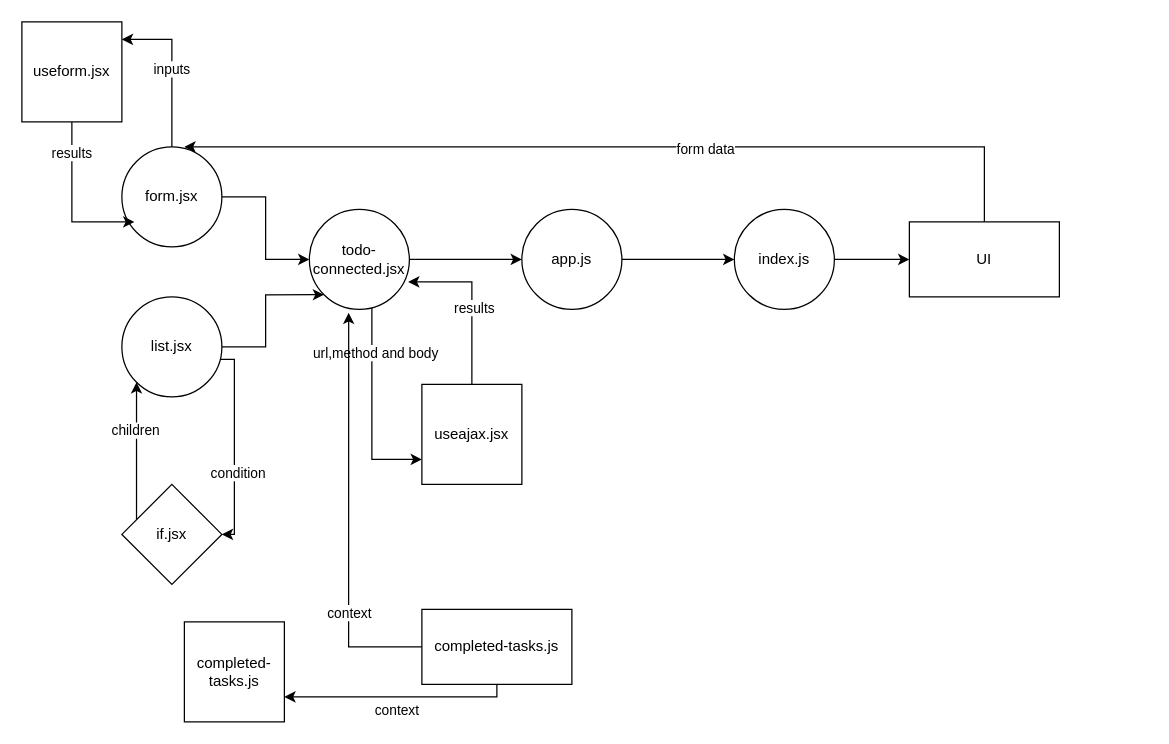
Before: Untitled Diagram.drawio in emranaloul/hooks, a draw.io diagram. Source tidied: cells renumbered, new cells numbered last; positions are measured from the earlier drawing's top-left corner, leaving out a move shared by most shapes. Both pictures are drawn from the tidied source at 125%, with x=0, y=0 at pixel (21, 21).
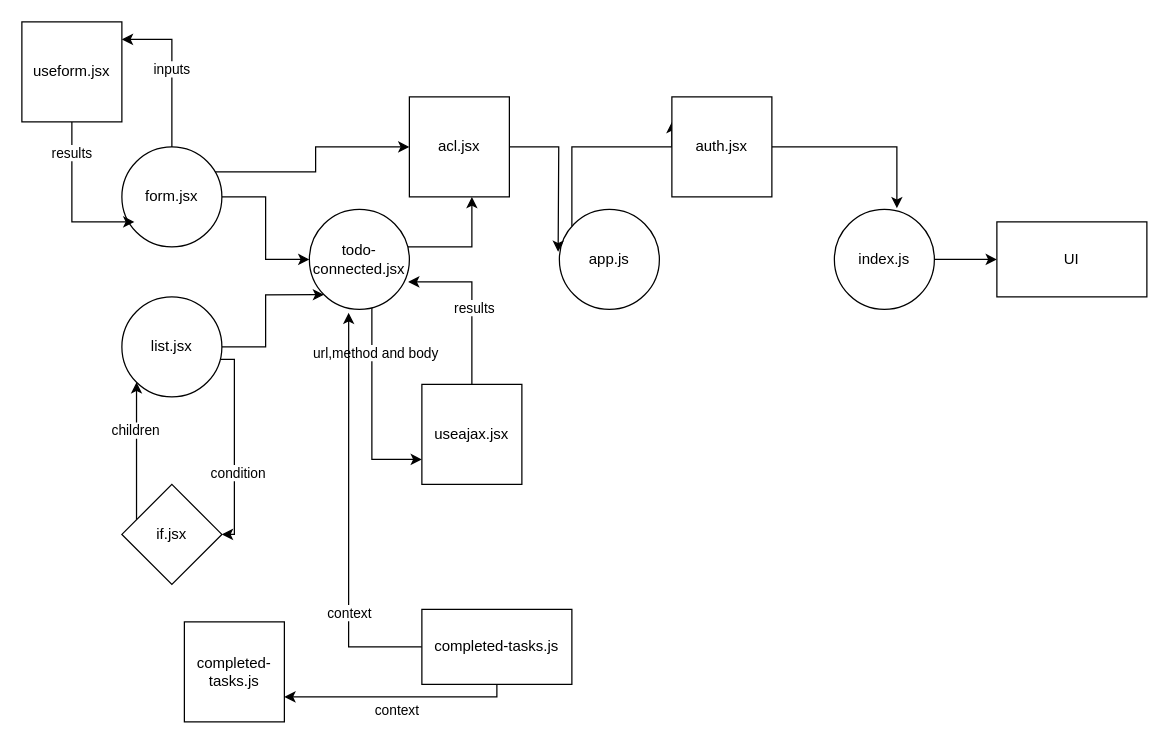
The same diagram, later.

Unchanged cells that the change refers to:
```xml
<mxCell id="5" value="form.jsx" style="ellipse;whiteSpace=wrap;html=1;" parent="1" vertex="1">
  <mxGeometry x="80" y="100" width="80" height="80" as="geometry" />
</mxCell>
<mxCell id="13" value="todo-connected.jsx" style="ellipse;whiteSpace=wrap;html=1;" parent="1" vertex="1">
  <mxGeometry x="230" y="150" width="80" height="80" as="geometry" />
</mxCell>
```

Diff of the diagram source:
```diff
@@
+    <mxCell id="36" style="edgeStyle=orthogonalEdgeStyle;rounded=0;jettySize=auto;html=1;" parent="1" edge="1" source="5" target="42">
+      <mxGeometry relative="1" as="geometry">
+        <Array as="points">
+          <mxPoint x="235" y="120" />
+          <mxPoint x="235" y="100" />
+        </Array>
+      </mxGeometry>
+    </mxCell>
@@
-    <mxCell id="10" style="edgeStyle=orthogonalEdgeStyle;rounded=0;jettySize=auto;html=1;" parent="1" edge="1" source="13" target="18">
-      <mxGeometry relative="1" as="geometry" />
-    </mxCell>
@@
+    <mxCell id="37" style="edgeStyle=orthogonalEdgeStyle;rounded=0;jettySize=auto;html=1;" parent="1" edge="1" source="13">
+      <mxGeometry relative="1" as="geometry">
+        <mxPoint x="360" y="140" as="targetPoint" />
+        <Array as="points">
+          <mxPoint x="360" y="180" />
+        </Array>
+      </mxGeometry>
+    </mxCell>
@@
-    <mxCell id="17" style="edgeStyle=orthogonalEdgeStyle;rounded=0;jettySize=auto;html=1;" parent="1" edge="1" source="18">
-      <mxGeometry relative="1" as="geometry">
-        <mxPoint x="570" y="190" as="targetPoint" />
-      </mxGeometry>
-    </mxCell>
+    <mxCell id="38" style="edgeStyle=orthogonalEdgeStyle;rounded=0;jettySize=auto;html=1;entryX=0;entryY=0.25;entryDx=0;entryDy=0;" parent="1" edge="1" source="18" target="40">
+      <mxGeometry relative="1" as="geometry">
+        <Array as="points">
+          <mxPoint x="440" y="100" />
+          <mxPoint x="520" y="100" />
+        </Array>
+      </mxGeometry>
+    </mxCell>
     <mxCell id="18" value="app.js" style="ellipse;whiteSpace=wrap;html=1;" parent="1" vertex="1">
-      <mxGeometry x="400" y="150" width="80" height="80" as="geometry" />
+      <mxGeometry x="430" y="150" width="80" height="80" as="geometry" />
     </mxCell>
@@
     <mxCell id="20" value="index.js" style="ellipse;whiteSpace=wrap;html=1;" parent="1" vertex="1">
-      <mxGeometry x="570" y="150" width="80" height="80" as="geometry" />
+      <mxGeometry x="650" y="150" width="80" height="80" as="geometry" />
     </mxCell>
-    <mxCell id="21" style="edgeStyle=orthogonalEdgeStyle;rounded=0;jettySize=auto;html=1;entryX=0.625;entryY=0;entryDx=0;entryDy=0;entryPerimeter=0;" parent="1" edge="1" source="23" target="5">
-      <mxGeometry relative="1" as="geometry">
-        <Array as="points">
-          <mxPoint x="770" y="100" />
-          <mxPoint x="130" y="100" />
-        </Array>
-      </mxGeometry>
-    </mxCell>
-    <mxCell id="22" value="form data" style="edgeLabel;html=1;align=center;verticalAlign=middle;" parent="21" vertex="1">
-      <mxGeometry x="-0.19" y="1" relative="1" as="geometry" />
-    </mxCell>
     <mxCell id="23" value="UI" style="whiteSpace=wrap;html=1;" parent="1" vertex="1">
-      <mxGeometry x="710" y="160" width="120" height="60" as="geometry" />
+      <mxGeometry x="780" y="160" width="120" height="60" as="geometry" />
     </mxCell>
@@
+    <mxCell id="39" style="edgeStyle=orthogonalEdgeStyle;rounded=0;jettySize=auto;html=1;entryX=0.625;entryY=-0.012;entryDx=0;entryDy=0;entryPerimeter=0;" parent="1" edge="1" source="40" target="20">
+      <mxGeometry relative="1" as="geometry" />
+    </mxCell>
+    <mxCell id="40" value="auth.jsx" style="whiteSpace=wrap;html=1;" parent="1" vertex="1">
+      <mxGeometry x="520" y="60" width="80" height="80" as="geometry" />
+    </mxCell>
+    <mxCell id="41" style="edgeStyle=orthogonalEdgeStyle;rounded=0;jettySize=auto;html=1;" parent="1" edge="1" source="42">
+      <mxGeometry relative="1" as="geometry">
+        <mxPoint x="429" y="184" as="targetPoint" />
+      </mxGeometry>
+    </mxCell>
+    <mxCell id="42" value="acl.jsx" style="whiteSpace=wrap;html=1;" parent="1" vertex="1">
+      <mxGeometry x="310" y="60" width="80" height="80" as="geometry" />
+    </mxCell>
```
